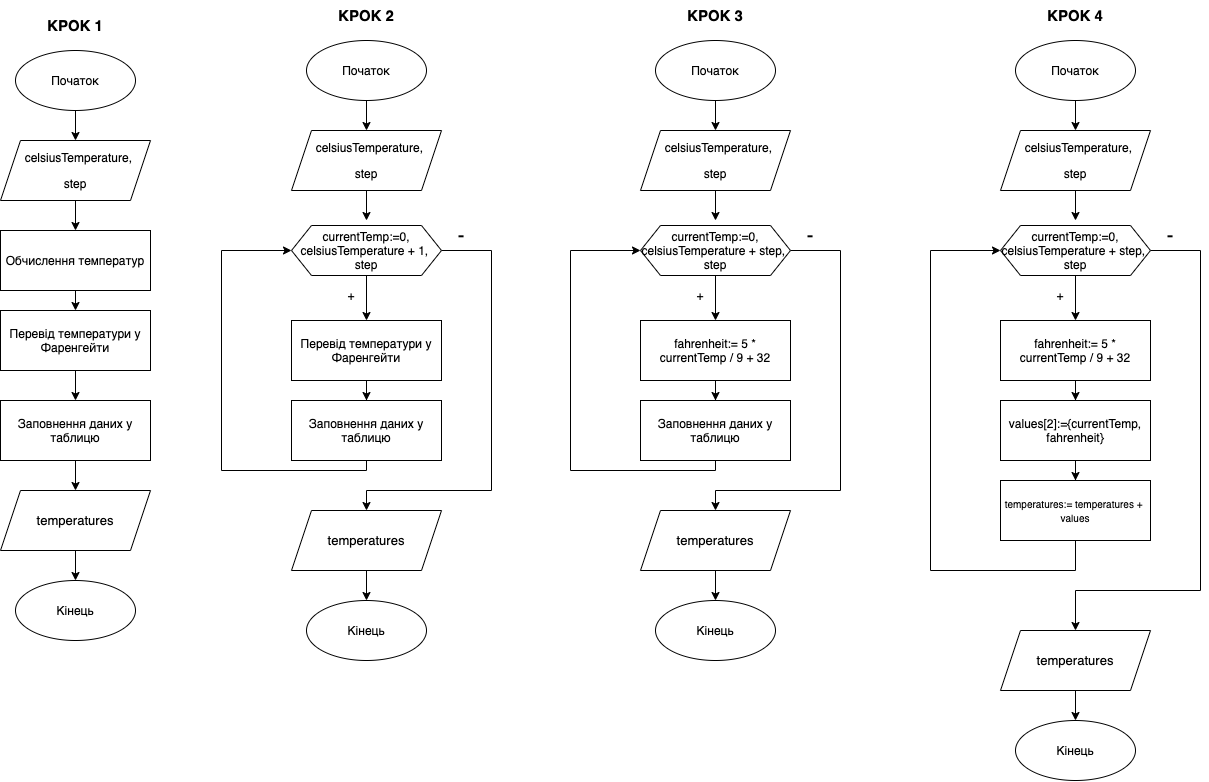
This is algorithms-and-data-structures/Lab-4/assets/diagram.png from doichev-kostia/kpi, a draw.io export, as it was before one commit. Source tidied: cells renumbered, new cells last; positions are measured from the earlier drawing's top-left corner, leaving out a move shared by most shapes.
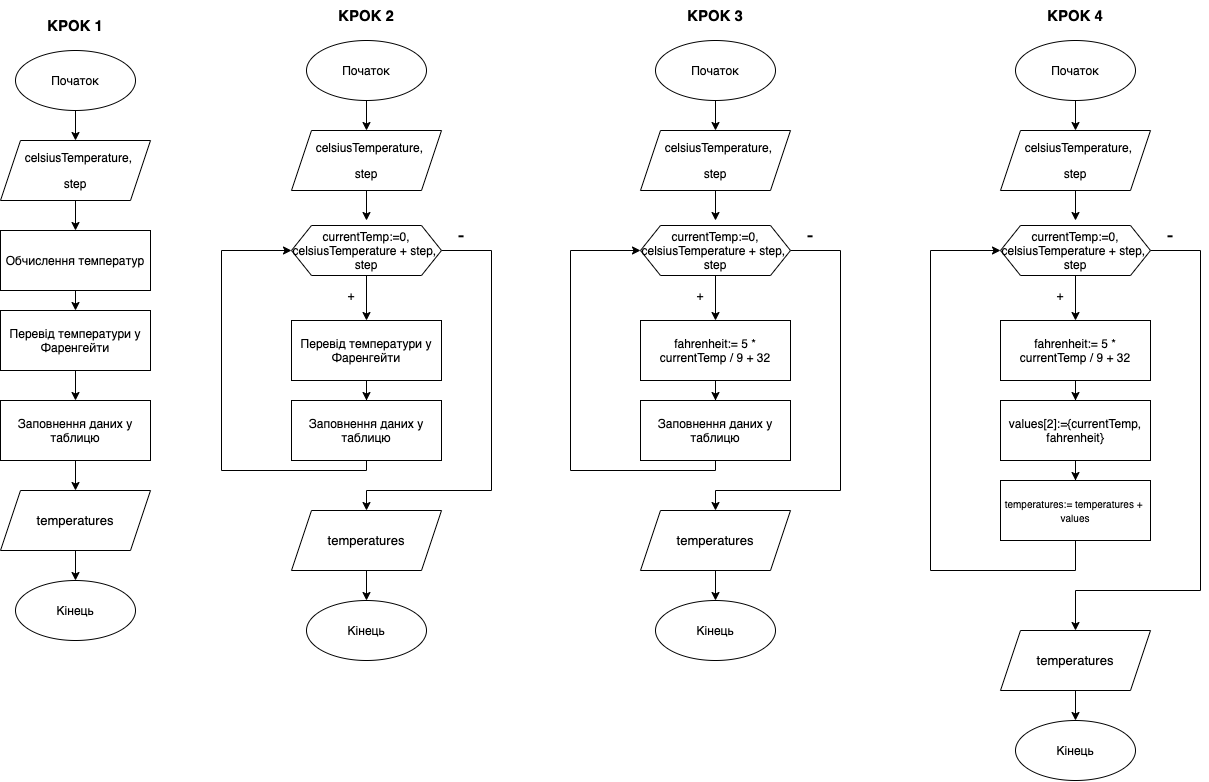
The same file after the commit.

Commit message:
updated 4th ads lab

Diff of the diagram source:
```diff
@@ -94,7 +94,7 @@
     <mxCell id="27" style="edgeStyle=orthogonalEdgeStyle;rounded=0;jettySize=auto;html=1;exitX=0.5;exitY=1;exitDx=0;exitDy=0;" parent="1" edge="1" source="28" target="21">
       <mxGeometry relative="1" as="geometry" />
     </mxCell>
-    <mxCell id="28" value="currentTemp:=0, celsiusTemperature + 1, &lt;br&gt;step" style="shape=hexagon;perimeter=hexagonPerimeter2;whiteSpace=wrap;html=1;fixedSize=1;" parent="1" vertex="1">
+    <mxCell id="28" value="currentTemp:=0, celsiusTemperature + step, &lt;br&gt;step" style="shape=hexagon;perimeter=hexagonPerimeter2;whiteSpace=wrap;html=1;fixedSize=1;" parent="1" vertex="1">
       <mxGeometry x="291" y="225" width="150" height="50" as="geometry" />
     </mxCell>
     <mxCell id="29" value="+" style="text;html=1;strokeColor=none;fillColor=none;align=center;verticalAlign=middle;whiteSpace=wrap;rounded=0;" parent="1" vertex="1">
```
